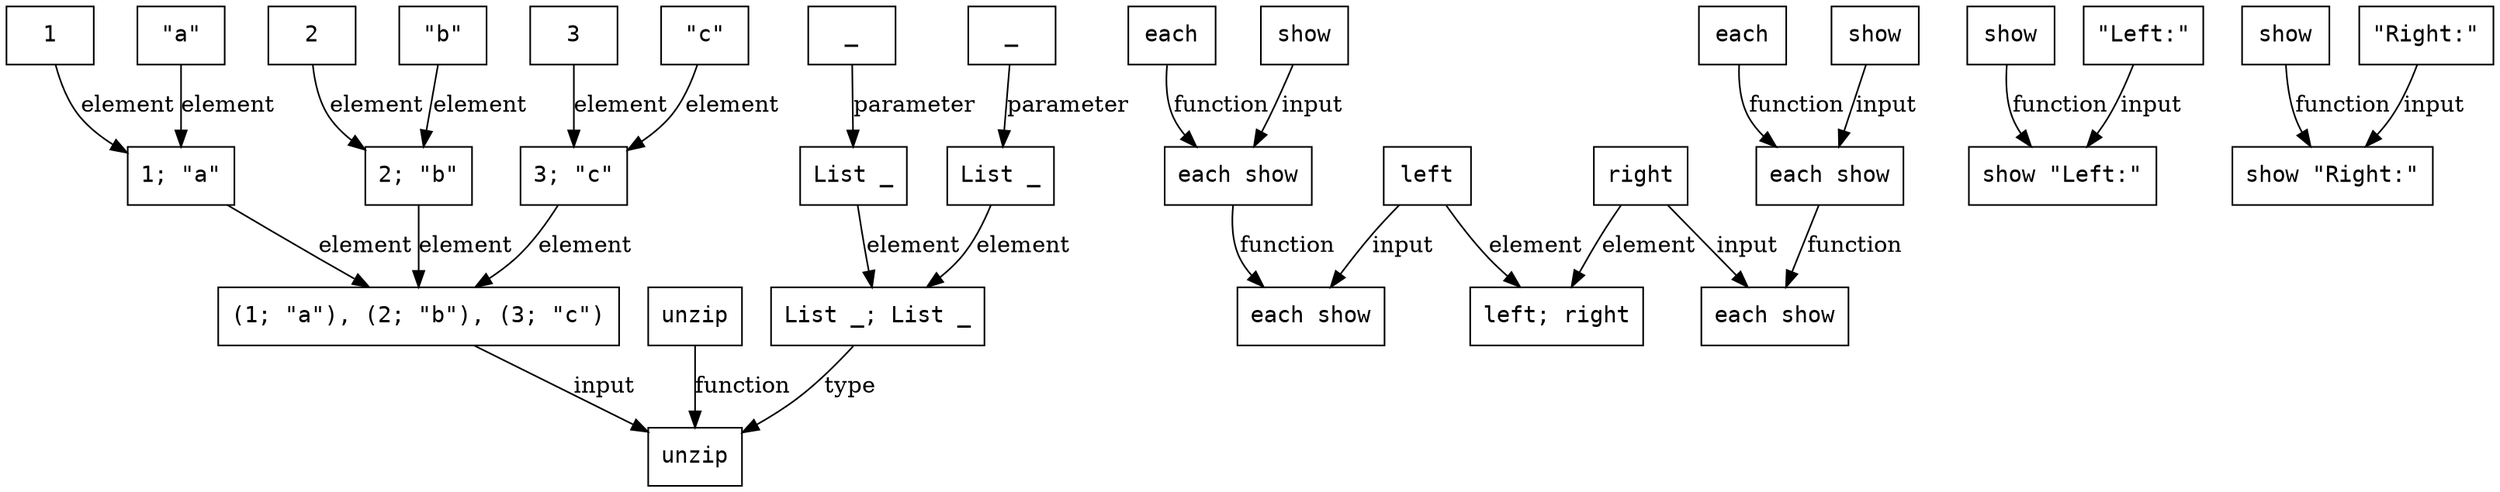
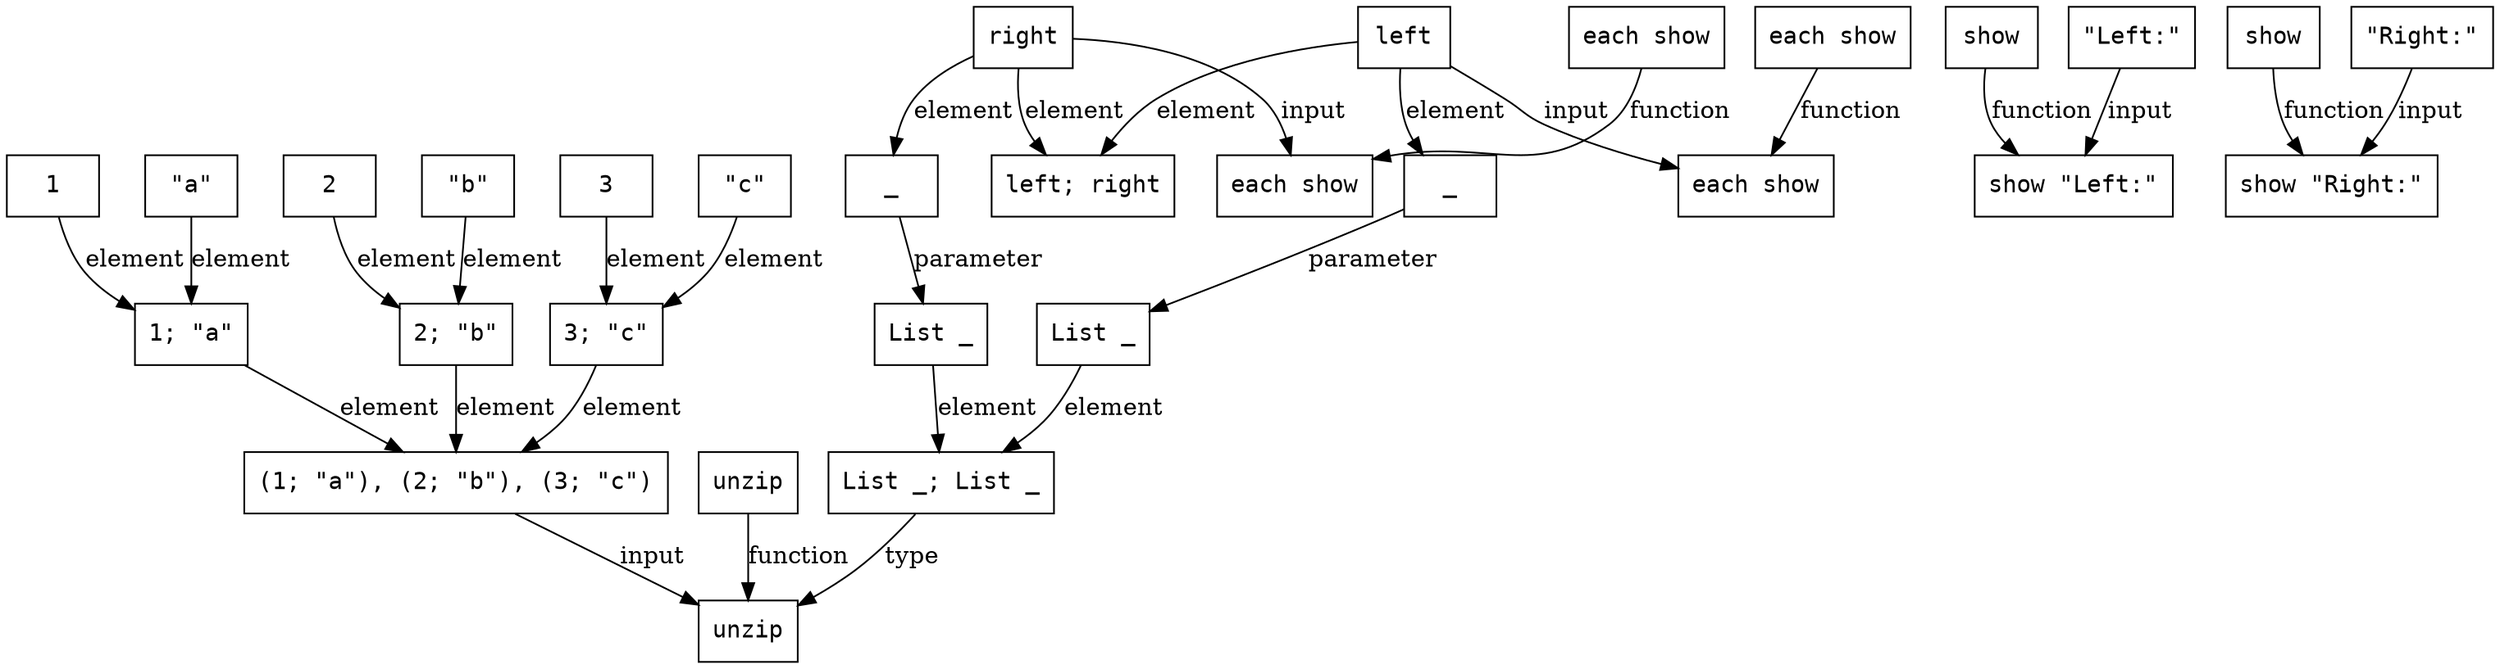
digraph G {
  node [shape=box, fontname=monospace]
  node_2_9 [label="unzip"]
  node_2_10 [label="(1; \"a\"), (2; \"b\"), (3; \"c\")"]
  node_2_11 [label="unzip"]
  node_2_13 [label="1; \"a\""]
  node_2_14 [label="2; \"b\""]
  node_2_15 [label="3; \"c\""]
  node_2_18 [label="3"]
  node_2_20 [label="\"c\""]
  node_2_24 [label="2"]
  node_2_26 [label="\"b\""]
  node_2_30 [label="1"]
  node_2_32 [label="\"a\""]
  node_2_35 [label="List _; List _"]
  node_2_36 [label="List _"]
  node_2_37 [label="_"]
  node_2_38 [label="List _"]
  node_2_39 [label="_"]
  node_2_40 [label="left; right"]
  node_2_42 [label="left"]
  node_2_44 [label="right"]
  node_2_45 [label="show \"Left:\""]
  node_2_46 [label="show"]
  node_2_47 [label="\"Left:\""]
  node_2_50 [label="each show"]
  node_2_52 [label="each show"]
-   node_2_53 [label="each"]
-   node_2_54 [label="show"]
  node_2_55 [label="show \"Right:\""]
  node_2_56 [label="show"]
  node_2_57 [label="\"Right:\""]
  node_2_60 [label="each show"]
  node_2_62 [label="each show"]
-   node_2_63 [label="each"]
-   node_2_64 [label="show"]
  node_2_10 -> node_2_9 [label="input"]
  node_2_11 -> node_2_9 [label="function"]
  node_2_13 -> node_2_10 [label="element"]
  node_2_14 -> node_2_10 [label="element"]
  node_2_15 -> node_2_10 [label="element"]
  node_2_18 -> node_2_15 [label="element"]
  node_2_20 -> node_2_15 [label="element"]
  node_2_24 -> node_2_14 [label="element"]
  node_2_26 -> node_2_14 [label="element"]
  node_2_30 -> node_2_13 [label="element"]
  node_2_32 -> node_2_13 [label="element"]
  node_2_35 -> node_2_9 [label="type"]
  node_2_36 -> node_2_35 [label="element"]
  node_2_37 -> node_2_36 [label="parameter"]
  node_2_38 -> node_2_35 [label="element"]
  node_2_39 -> node_2_38 [label="parameter"]
+   node_2_42 -> node_2_37 [label="element"]
  node_2_42 -> node_2_40 [label="element"]
  node_2_42 -> node_2_50 [label="input"]
+   node_2_44 -> node_2_39 [label="element"]
  node_2_44 -> node_2_40 [label="element"]
  node_2_44 -> node_2_60 [label="input"]
  node_2_46 -> node_2_45 [label="function"]
  node_2_47 -> node_2_45 [label="input"]
  node_2_52 -> node_2_50 [label="function"]
-   node_2_53 -> node_2_52 [label="function"]
-   node_2_54 -> node_2_52 [label="input"]
  node_2_56 -> node_2_55 [label="function"]
  node_2_57 -> node_2_55 [label="input"]
  node_2_62 -> node_2_60 [label="function"]
-   node_2_63 -> node_2_62 [label="function"]
-   node_2_64 -> node_2_62 [label="input"]
}
